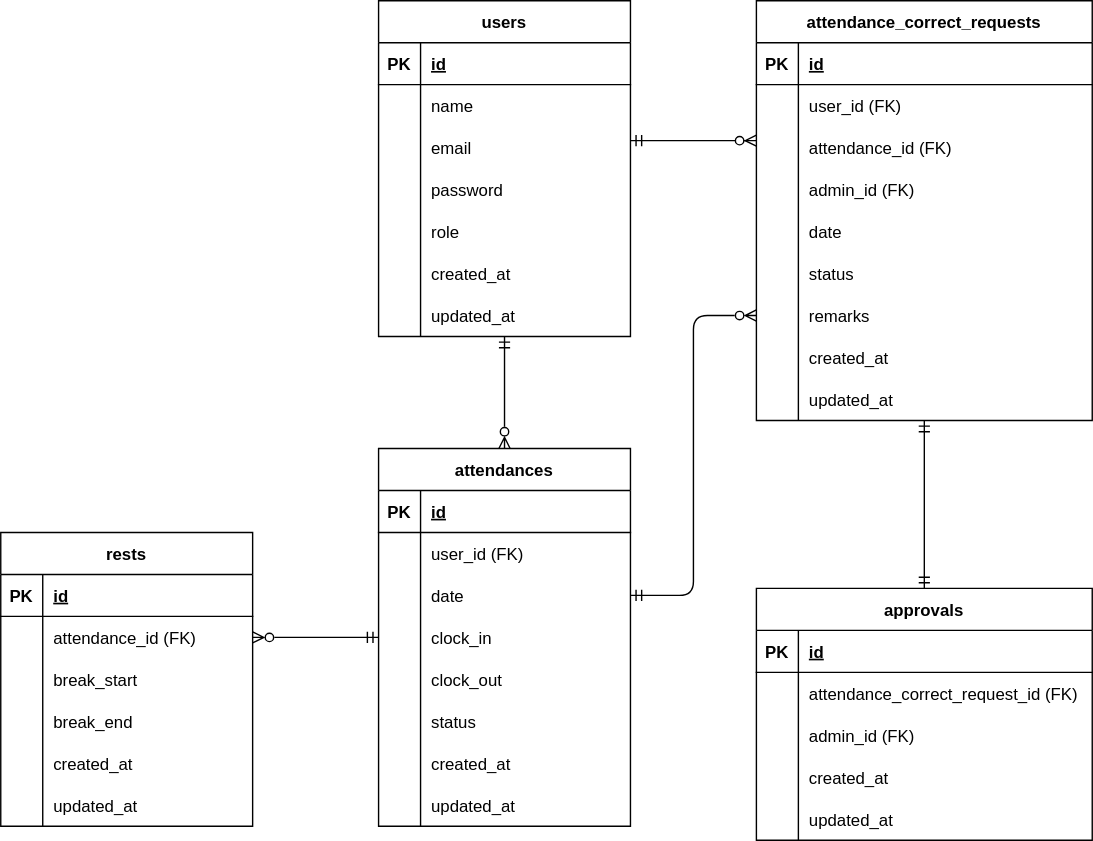
The draw.io diagram src/attendance-test_ER.drawio.svg in dq-myk/attendance-test, before a commit. Source tidied: cells renumbered, new cells last; positions are measured from the earlier drawing's top-left corner, leaving out a move shared by most shapes.
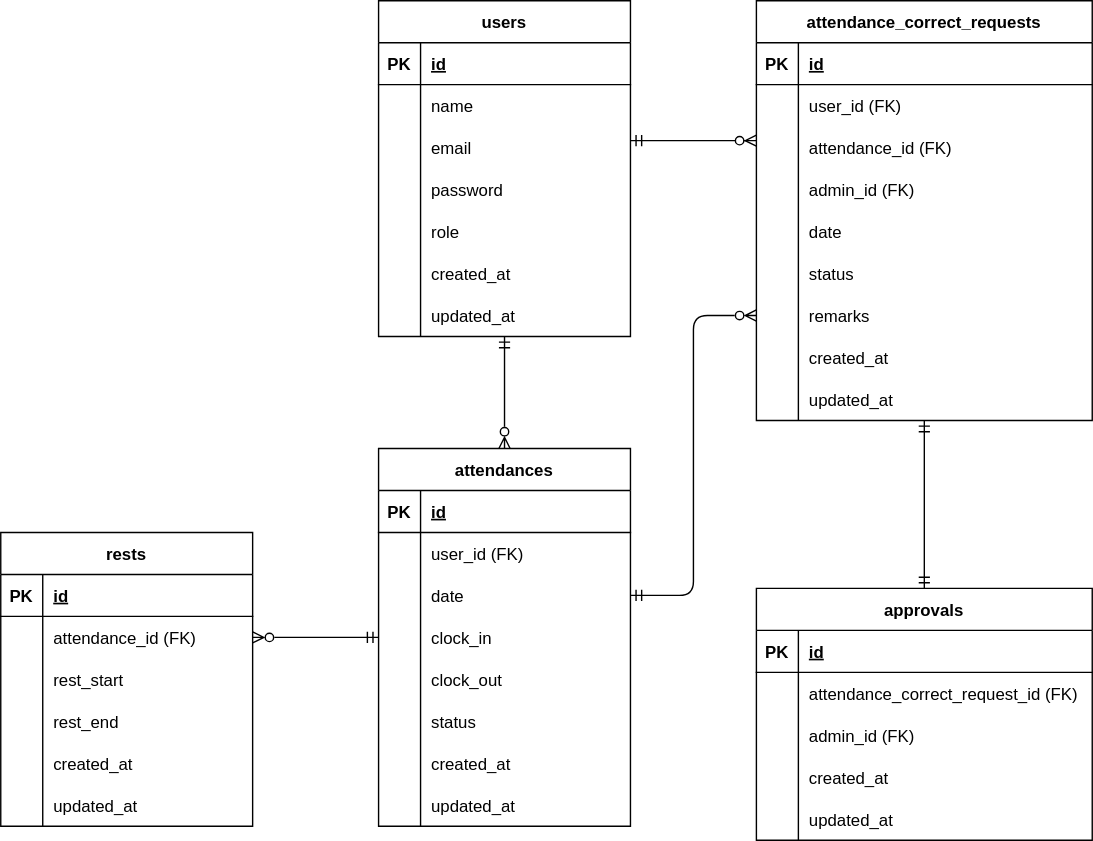
The same diagram one commit later.

Change to the diagram source:
```diff
@@ -254,7 +254,7 @@
     <mxCell id="85" style="shape=partialRectangle;fillColor=none;top=0;left=0;bottom=0;right=0;overflow=hidden;" parent="84" vertex="1">
       <mxGeometry width="30" height="30" as="geometry" />
     </mxCell>
-    <mxCell id="86" value="break_start" style="shape=partialRectangle;fillColor=none;top=0;left=0;bottom=0;right=0;align=left;spacingLeft=6;overflow=hidden;" parent="84" vertex="1">
+    <mxCell id="86" value="rest_start" style="shape=partialRectangle;fillColor=none;top=0;left=0;bottom=0;right=0;align=left;spacingLeft=6;overflow=hidden;" parent="84" vertex="1">
       <mxGeometry x="30" width="150" height="30" as="geometry" />
     </mxCell>
     <mxCell id="87" style="shape=tableRow;horizontal=0;startSize=0;swimlaneHead=0;swimlaneBody=0;fillColor=none;top=0;left=0;right=0;bottom=0;" parent="77" vertex="1">
@@ -263,7 +263,7 @@
     <mxCell id="88" style="shape=partialRectangle;fillColor=none;top=0;left=0;bottom=0;right=0;overflow=hidden;" parent="87" vertex="1">
       <mxGeometry width="30" height="30" as="geometry" />
     </mxCell>
-    <mxCell id="89" value="break_end" style="shape=partialRectangle;fillColor=none;top=0;left=0;bottom=0;right=0;align=left;spacingLeft=6;overflow=hidden;" parent="87" vertex="1">
+    <mxCell id="89" value="rest_end" style="shape=partialRectangle;fillColor=none;top=0;left=0;bottom=0;right=0;align=left;spacingLeft=6;overflow=hidden;" parent="87" vertex="1">
       <mxGeometry x="30" width="150" height="30" as="geometry" />
     </mxCell>
     <mxCell id="90" style="shape=tableRow;horizontal=0;startSize=0;swimlaneHead=0;swimlaneBody=0;fillColor=none;top=0;left=0;right=0;bottom=0;" parent="77" vertex="1">
```
